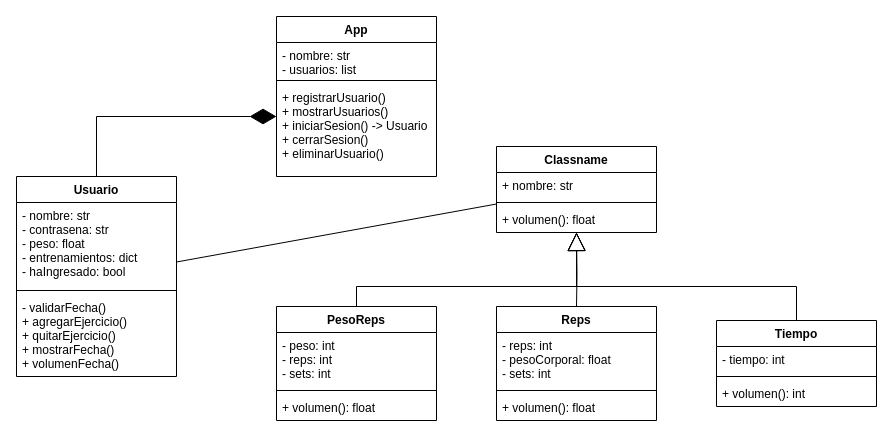
Above: UML-Workout_Tracker.drawio in fabcontigiani/workout-tracker (draw.io), before the change. Source tidied: cells renumbered, new cells numbered last; positions are measured from the earlier drawing's top-left corner, leaving out a move shared by most shapes. Both pictures are drawn from the tidied source at 100%, with x=0, y=0 at pixel (16, 16).
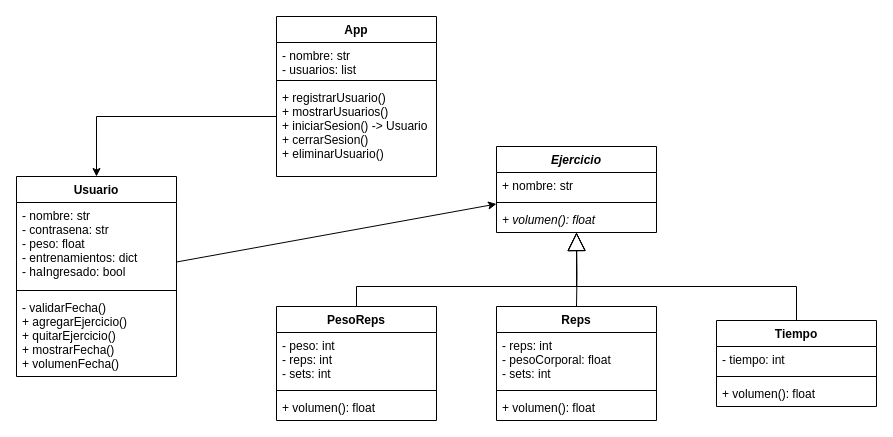
The same diagram, later.

Commit message (it also covers changes not shown here):
Update UML chart, fix variable typo

The change refers to these unchanged cells:
```xml
<mxCell id="2" value="App" style="swimlane;fontStyle=1;align=center;verticalAlign=top;horizontal=1;startSize=26;" parent="1" vertex="1">
  <mxGeometry x="260" width="160" height="160" as="geometry" />
</mxCell>
<mxCell id="6" value="Usuario" style="swimlane;fontStyle=1;align=center;verticalAlign=top;horizontal=1;startSize=26;" parent="1" vertex="1">
  <mxGeometry y="160" width="160" height="200" as="geometry" />
</mxCell>
<mxCell id="22" value="Tiempo" style="swimlane;fontStyle=1;align=center;verticalAlign=top;horizontal=1;startSize=26;" parent="1" vertex="1">
  <mxGeometry x="700" y="304" width="160" height="86" as="geometry" />
</mxCell>
```

What changed in the source:
```diff
@@
-    <mxCell id="13" style="endArrow=diamondThin;endFill=1;endSize=24;html=1;rounded=0;edgeStyle=orthogonalEdgeStyle;" parent="1" edge="1" source="6" target="2">
+    <mxCell id="13" style="endArrow=none;endFill=0;endSize=24;html=1;rounded=0;edgeStyle=orthogonalEdgeStyle;startArrow=classic;startFill=1;" parent="1" edge="1" source="6" target="2">
       <mxGeometry relative="1" as="geometry">
         <Array as="points">
           <mxPoint x="80" y="100" />
         </Array>
       </mxGeometry>
     </mxCell>
@@
-    <mxCell id="25" value="+ volumen(): int" style="text;strokeColor=none;fillColor=none;align=left;verticalAlign=top;spacingLeft=4;spacingRight=4;overflow=hidden;" parent="22" vertex="1">
+    <mxCell id="25" value="+ volumen(): float" style="text;strokeColor=none;fillColor=none;align=left;verticalAlign=top;spacingLeft=4;spacingRight=4;overflow=hidden;" parent="22" vertex="1">
       <mxGeometry y="60" width="160" height="26" as="geometry" />
     </mxCell>
-    <mxCell id="26" style="endArrow=none;html=1;rounded=0;" parent="1" edge="1" source="6" target="27">
+    <mxCell id="26" style="endArrow=classic;html=1;rounded=0;startArrow=none;startFill=0;endFill=1;" parent="1" edge="1" source="6" target="27">
       <mxGeometry relative="1" as="geometry" />
     </mxCell>
-    <mxCell id="27" value="Classname" style="swimlane;fontStyle=1;align=center;verticalAlign=top;horizontal=1;startSize=26;" parent="1" vertex="1">
+    <mxCell id="27" value="Ejercicio" style="swimlane;fontStyle=3;align=center;verticalAlign=top;horizontal=1;startSize=26;" parent="1" vertex="1">
       <mxGeometry x="480" y="130" width="160" height="86" as="geometry" />
     </mxCell>
@@
-    <mxCell id="30" value="+ volumen(): float" style="text;strokeColor=none;fillColor=none;align=left;verticalAlign=top;spacingLeft=4;spacingRight=4;overflow=hidden;" parent="27" vertex="1">
+    <mxCell id="30" value="+ volumen(): float" style="text;strokeColor=none;fillColor=none;align=left;verticalAlign=top;spacingLeft=4;spacingRight=4;overflow=hidden;fontStyle=2;" parent="27" vertex="1">
       <mxGeometry y="60" width="160" height="26" as="geometry" />
     </mxCell>
```
